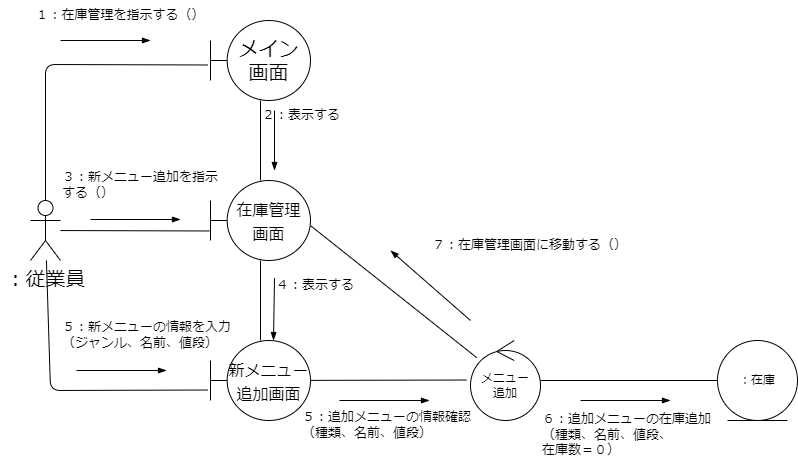
Earlier version of the draw.io export psp4/コミュニケーション図/コミュニケーション図_新メニュー.drawio.png (MasakiHiguchi/---). Source tidied: cells renumbered, new cells last; positions are measured from the earlier drawing's top-left corner, leaving out a move shared by most shapes.
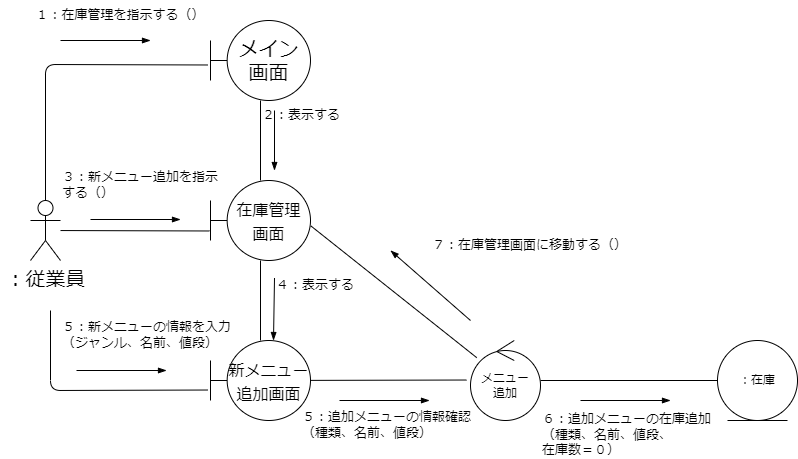
Above is the later version.

Change to the diagram source:
```diff
@@ -12,8 +12,9 @@
     <mxCell id="3" style="edgeStyle=none;html=1;entryX=-0.01;entryY=0.631;entryDx=0;entryDy=0;entryPerimeter=0;endArrow=none;endFill=0;" parent="1" edge="1" source="5" target="10">
       <mxGeometry relative="1" as="geometry" />
     </mxCell>
-    <mxCell id="4" style="edgeStyle=none;html=1;entryX=-0.03;entryY=0.619;entryDx=0;entryDy=0;entryPerimeter=0;endArrow=none;endFill=0;" parent="1" edge="1" source="5" target="17">
+    <mxCell id="4" style="edgeStyle=none;html=1;entryX=-0.03;entryY=0.619;entryDx=0;entryDy=0;entryPerimeter=0;endArrow=none;endFill=0;" parent="1" edge="1" target="17">
       <mxGeometry relative="1" as="geometry">
+        <mxPoint x="50" y="310" as="sourcePoint" />
         <Array as="points">
           <mxPoint x="50" y="390" />
         </Array>
```
